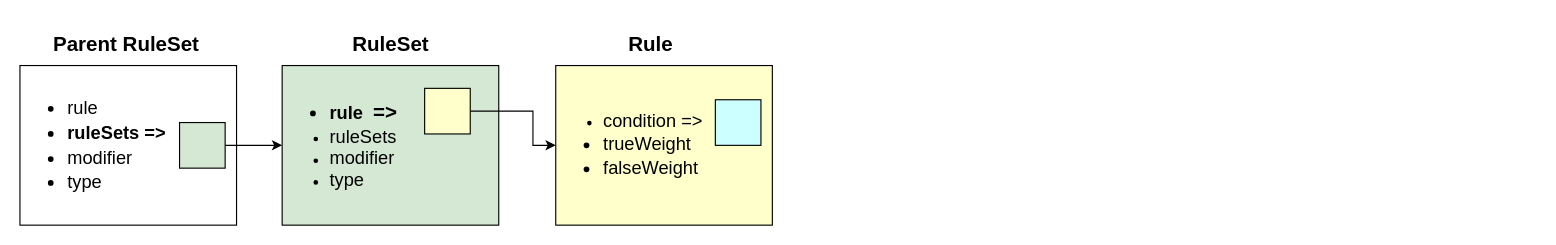
Before: GeohazardRules.drawio in ajimenezn/UML, a draw.io diagram. Source tidied: cells renumbered, new cells numbered last; positions are measured from the earlier drawing's top-left corner, leaving out a move shared by most shapes. Both pictures are drawn from the tidied source at 114%, with x=0, y=0 at pixel (19, 19).
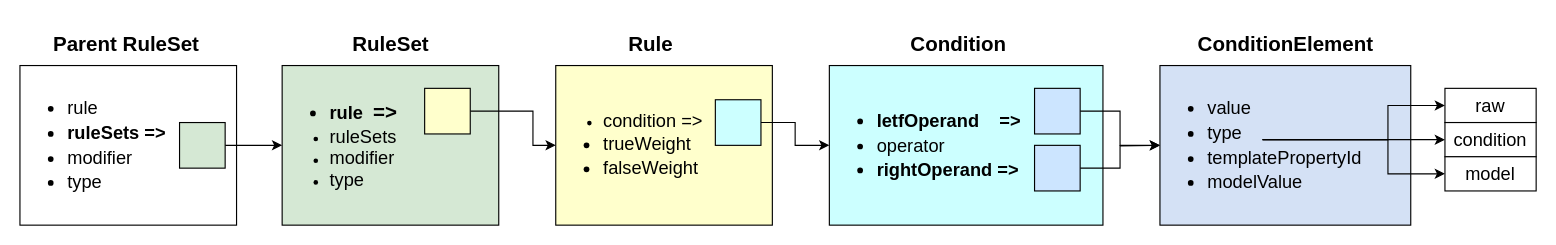
The same diagram, later.

The change refers to these unchanged cells:
```xml
<mxCell id="6" style="whiteSpace=wrap;html=1;fontSize=18;align=left;fillColor=#CCFFFF;" parent="1" vertex="1">
  <mxGeometry x="610" y="70" width="40" height="40" as="geometry" />
</mxCell>
```

What changed in the source:
```diff
@@
+    <mxCell id="13" style="edgeStyle=orthogonalEdgeStyle;rounded=0;jettySize=auto;html=1;fontSize=16;" parent="1" edge="1" source="6" target="14">
+      <mxGeometry relative="1" as="geometry" />
+    </mxCell>
@@
+    <mxCell id="14" value="&lt;ul&gt;&lt;li&gt;&lt;b&gt;&lt;font size=&quot;3&quot;&gt;letfOperand&amp;nbsp; &amp;nbsp; =&amp;gt;&amp;nbsp;&lt;/font&gt;&lt;br&gt;&lt;/b&gt;&lt;/li&gt;&lt;li&gt;&lt;font size=&quot;3&quot;&gt;operator&lt;/font&gt;&lt;br&gt;&lt;/li&gt;&lt;li&gt;&lt;font size=&quot;3&quot;&gt;&lt;b&gt;rightOperand =&amp;gt;&lt;/b&gt;&lt;/font&gt;&lt;br&gt;&lt;/li&gt;&lt;/ul&gt;" style="rounded=0;whiteSpace=wrap;html=1;fontSize=18;align=left;fillColor=#CCFFFF;" parent="1" vertex="1">
+      <mxGeometry x="710" y="40" width="240" height="140" as="geometry" />
+    </mxCell>
+    <mxCell id="15" value="&lt;font style=&quot;font-size: 18px&quot;&gt;Condition&lt;/font&gt;" style="text;strokeColor=none;fillColor=none;html=1;fontSize=24;fontStyle=1;verticalAlign=middle;align=center;" parent="1" vertex="1">
+      <mxGeometry x="750" width="145" height="40" as="geometry" />
+    </mxCell>
+    <mxCell id="16" style="edgeStyle=orthogonalEdgeStyle;rounded=0;jettySize=auto;html=1;entryX=0;entryY=0.5;entryDx=0;entryDy=0;fontSize=16;" parent="1" edge="1" source="17" target="20">
+      <mxGeometry relative="1" as="geometry" />
+    </mxCell>
+    <mxCell id="17" style="whiteSpace=wrap;html=1;fontSize=18;align=left;fillColor=#CCE5FF;" parent="1" vertex="1">
+      <mxGeometry x="890" y="60" width="40" height="40" as="geometry" />
+    </mxCell>
+    <mxCell id="18" style="edgeStyle=orthogonalEdgeStyle;rounded=0;jettySize=auto;html=1;fontSize=16;" parent="1" edge="1" source="19">
+      <mxGeometry relative="1" as="geometry">
+        <mxPoint x="1000" y="110" as="targetPoint" />
+      </mxGeometry>
+    </mxCell>
+    <mxCell id="19" style="whiteSpace=wrap;html=1;fontSize=18;align=left;fillColor=#CCE5FF;" parent="1" vertex="1">
+      <mxGeometry x="890" y="110" width="40" height="40" as="geometry" />
+    </mxCell>
+    <mxCell id="20" value="&lt;ul&gt;&lt;li&gt;&lt;font size=&quot;3&quot;&gt;value&lt;/font&gt;&lt;br&gt;&lt;/li&gt;&lt;li&gt;&lt;font size=&quot;3&quot;&gt;type&lt;/font&gt;&lt;br&gt;&lt;/li&gt;&lt;li&gt;&lt;font size=&quot;3&quot;&gt;templatePropertyId&lt;/font&gt;&lt;br&gt;&lt;/li&gt;&lt;li&gt;&lt;font size=&quot;3&quot;&gt;modelValue&lt;br&gt;&lt;/font&gt;&lt;/li&gt;&lt;/ul&gt;" style="rounded=0;whiteSpace=wrap;html=1;fontSize=18;align=left;fillColor=#D4E1F5;" parent="1" vertex="1">
+      <mxGeometry x="1000" y="40" width="220" height="140" as="geometry" />
+    </mxCell>
+    <mxCell id="21" value="&lt;font style=&quot;font-size: 18px&quot;&gt;ConditionElement&lt;/font&gt;" style="text;strokeColor=none;fillColor=none;html=1;fontSize=24;fontStyle=1;verticalAlign=middle;align=center;" parent="1" vertex="1">
+      <mxGeometry x="1030" width="160" height="40" as="geometry" />
+    </mxCell>
+    <mxCell id="22" value="raw" style="rounded=0;whiteSpace=wrap;html=1;fontSize=16;fillColor=#FFFFFF;align=center;" parent="1" vertex="1">
+      <mxGeometry x="1250" y="60" width="80" height="30" as="geometry" />
+    </mxCell>
+    <mxCell id="23" value="condition" style="rounded=0;whiteSpace=wrap;html=1;fontSize=16;fillColor=#FFFFFF;align=center;" parent="1" vertex="1">
+      <mxGeometry x="1250" y="90" width="80" height="30" as="geometry" />
+    </mxCell>
+    <mxCell id="24" value="model" style="rounded=0;whiteSpace=wrap;html=1;fontSize=16;fillColor=#FFFFFF;align=center;" parent="1" vertex="1">
+      <mxGeometry x="1250" y="120" width="80" height="30" as="geometry" />
+    </mxCell>
+    <mxCell id="25" style="edgeStyle=orthogonalEdgeStyle;rounded=0;jettySize=auto;html=1;entryX=0;entryY=0.5;entryDx=0;entryDy=0;fontSize=16;" parent="1" edge="1" source="28" target="22">
+      <mxGeometry relative="1" as="geometry">
+        <Array as="points">
+          <mxPoint x="1200" y="105" />
+          <mxPoint x="1200" y="75" />
+        </Array>
+      </mxGeometry>
+    </mxCell>
+    <mxCell id="26" style="edgeStyle=orthogonalEdgeStyle;rounded=0;jettySize=auto;html=1;fontSize=16;" parent="1" edge="1" source="28" target="23">
+      <mxGeometry relative="1" as="geometry" />
+    </mxCell>
+    <mxCell id="27" style="edgeStyle=orthogonalEdgeStyle;rounded=0;jettySize=auto;html=1;entryX=0;entryY=0.5;entryDx=0;entryDy=0;fontSize=16;" parent="1" edge="1" source="28" target="24">
+      <mxGeometry relative="1" as="geometry">
+        <Array as="points">
+          <mxPoint x="1085" y="105" />
+          <mxPoint x="1200" y="105" />
+          <mxPoint x="1200" y="135" />
+        </Array>
+      </mxGeometry>
+    </mxCell>
+    <mxCell id="28" style="ellipse;whiteSpace=wrap;html=1;fontSize=16;fillColor=none;align=center;strokeColor=none;" parent="1" vertex="1">
+      <mxGeometry x="1080" y="97.5" width="10" height="15" as="geometry" />
+    </mxCell>
```
